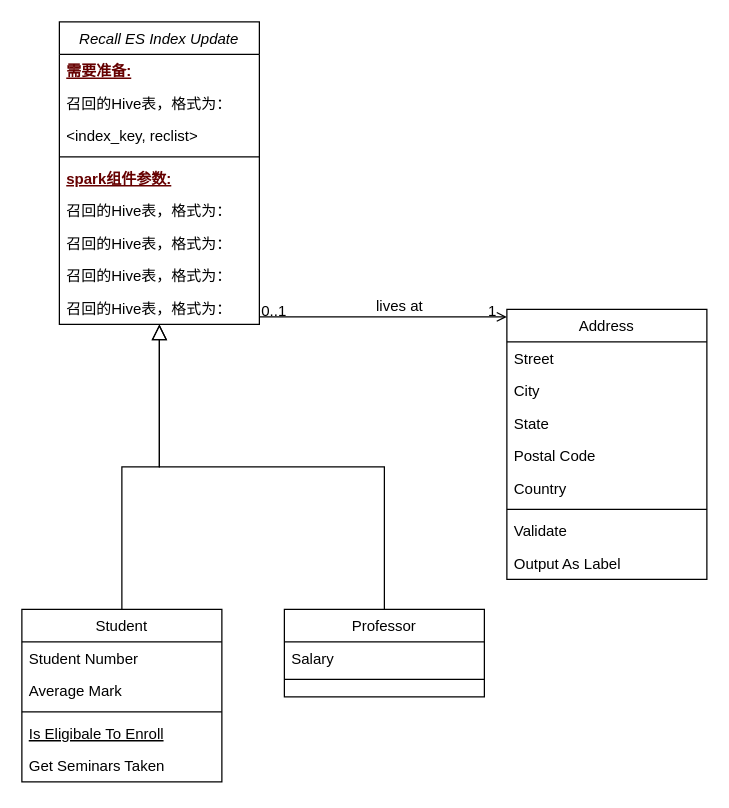
Before: ESIndex.drawio in ChenPengyao/drawio, a draw.io diagram. Source tidied: cells renumbered, new cells numbered last; positions are measured from the earlier drawing's top-left corner, leaving out a move shared by most shapes. Both pictures are drawn from the tidied source at 125%, with x=0, y=0 at pixel (21, 21).
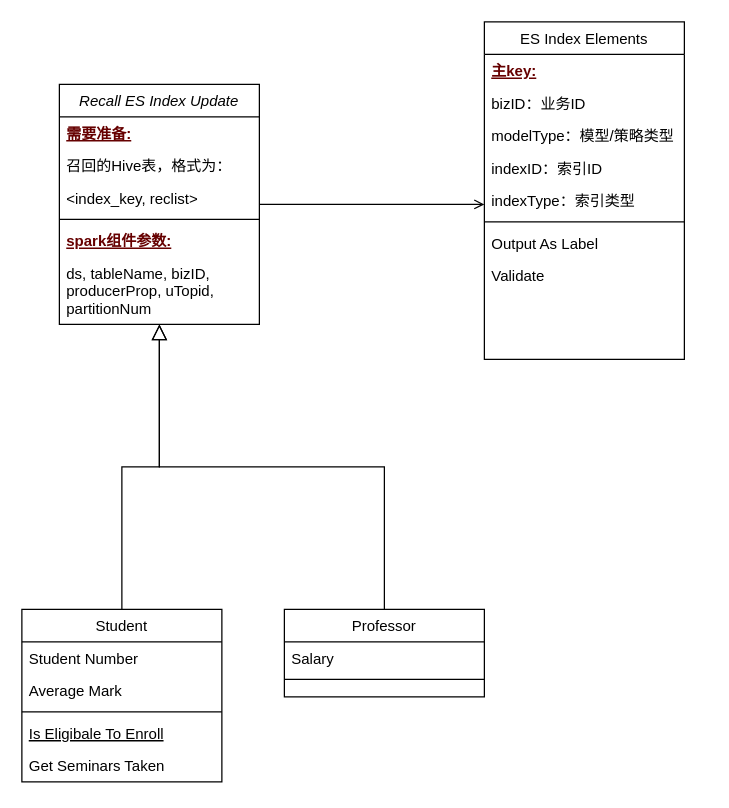
The same page after the edit.

Unchanged cells that the change refers to:
```xml
<mxCell id="32" style="endArrow=open;shadow=0;strokeWidth=1;rounded=0;endFill=1;edgeStyle=elbowEdgeStyle;elbow=vertical;" parent="1" edge="1" source="2" target="23">
  <mxGeometry x="0.5" y="41" relative="1" as="geometry">
    <mxPoint x="-40" y="32" as="offset" />
  </mxGeometry>
</mxCell>
```

What changed in the source:
```diff
@@
     <mxCell id="2" value="Recall ES Index Update" style="swimlane;fontStyle=2;align=center;verticalAlign=top;horizontal=1;startSize=26;rounded=0;shadow=0;strokeWidth=1;" parent="1" vertex="1">
-      <mxGeometry x="30" width="160" height="242" as="geometry" />
+      <mxGeometry x="30" y="50" width="160" height="192" as="geometry" />
     </mxCell>
@@
-    <mxCell id="8" value="召回的Hive表，格式为：" style="text;align=left;verticalAlign=top;spacingLeft=4;spacingRight=4;overflow=hidden;rounded=0;shadow=0;html=0;" parent="2" vertex="1">
-      <mxGeometry y="138" width="160" height="26" as="geometry" />
+    <mxCell id="8" value="ds, tableName, bizID, &#10;producerProp, uTopid, &#10;partitionNum" style="text;align=left;verticalAlign=top;spacingLeft=4;spacingRight=4;overflow=hidden;rounded=0;shadow=0;html=0;" parent="2" vertex="1">
+      <mxGeometry y="138" width="160" height="52" as="geometry" />
     </mxCell>
-    <mxCell id="9" value="召回的Hive表，格式为：" style="text;align=left;verticalAlign=top;spacingLeft=4;spacingRight=4;overflow=hidden;rounded=0;shadow=0;html=0;" parent="2" vertex="1">
-      <mxGeometry y="164" width="160" height="26" as="geometry" />
-    </mxCell>
-    <mxCell id="10" value="召回的Hive表，格式为：" style="text;align=left;verticalAlign=top;spacingLeft=4;spacingRight=4;overflow=hidden;rounded=0;shadow=0;html=0;" parent="2" vertex="1">
-      <mxGeometry y="190" width="160" height="26" as="geometry" />
-    </mxCell>
-    <mxCell id="11" value="召回的Hive表，格式为：" style="text;align=left;verticalAlign=top;spacingLeft=4;spacingRight=4;overflow=hidden;rounded=0;shadow=0;html=0;" parent="2" vertex="1">
-      <mxGeometry y="216" width="160" height="26" as="geometry" />
-    </mxCell>
@@
-    <mxCell id="23" value="Address" style="swimlane;fontStyle=0;align=center;verticalAlign=top;horizontal=1;startSize=26;rounded=0;shadow=0;strokeWidth=1;" parent="1" vertex="1">
-      <mxGeometry x="388" y="230" width="160" height="216" as="geometry" />
+    <mxCell id="23" value="ES Index Elements" style="swimlane;fontStyle=0;align=center;verticalAlign=top;horizontal=1;startSize=26;rounded=0;shadow=0;strokeWidth=1;" parent="1" vertex="1">
+      <mxGeometry x="370" width="160" height="270" as="geometry" />
     </mxCell>
+    <mxCell id="36" value="主key:" style="text;align=left;verticalAlign=top;spacingLeft=4;spacingRight=4;overflow=hidden;rounded=0;shadow=0;html=0;fontStyle=5;fontColor=#660000;" parent="23" vertex="1">
+      <mxGeometry y="26" width="160" height="26" as="geometry" />
+    </mxCell>
-    <mxCell id="24" value="Street" style="text;align=left;verticalAlign=top;spacingLeft=4;spacingRight=4;overflow=hidden;" parent="23" vertex="1">
-      <mxGeometry y="26" width="160" height="26" as="geometry" />
+    <mxCell id="24" value="bizID：业务ID" style="text;align=left;verticalAlign=top;spacingLeft=4;spacingRight=4;overflow=hidden;" parent="23" vertex="1">
+      <mxGeometry y="52" width="160" height="26" as="geometry" />
     </mxCell>
-    <mxCell id="25" value="City" style="text;align=left;verticalAlign=top;spacingLeft=4;spacingRight=4;overflow=hidden;rounded=0;shadow=0;html=0;" parent="23" vertex="1">
-      <mxGeometry y="52" width="160" height="26" as="geometry" />
+    <mxCell id="25" value="modelType：模型/策略类型" style="text;align=left;verticalAlign=top;spacingLeft=4;spacingRight=4;overflow=hidden;rounded=0;shadow=0;html=0;" parent="23" vertex="1">
+      <mxGeometry y="78" width="160" height="26" as="geometry" />
     </mxCell>
-    <mxCell id="26" value="State" style="text;align=left;verticalAlign=top;spacingLeft=4;spacingRight=4;overflow=hidden;rounded=0;shadow=0;html=0;" parent="23" vertex="1">
-      <mxGeometry y="78" width="160" height="26" as="geometry" />
+    <mxCell id="26" value="indexID：索引ID" style="text;align=left;verticalAlign=top;spacingLeft=4;spacingRight=4;overflow=hidden;rounded=0;shadow=0;html=0;" parent="23" vertex="1">
+      <mxGeometry y="104" width="160" height="26" as="geometry" />
     </mxCell>
-    <mxCell id="27" value="Postal Code" style="text;align=left;verticalAlign=top;spacingLeft=4;spacingRight=4;overflow=hidden;rounded=0;shadow=0;html=0;" parent="23" vertex="1">
-      <mxGeometry y="104" width="160" height="26" as="geometry" />
+    <mxCell id="27" value="indexType：索引类型" style="text;align=left;verticalAlign=top;spacingLeft=4;spacingRight=4;overflow=hidden;rounded=0;shadow=0;html=0;" parent="23" vertex="1">
+      <mxGeometry y="130" width="160" height="26" as="geometry" />
     </mxCell>
-    <mxCell id="28" value="Country" style="text;align=left;verticalAlign=top;spacingLeft=4;spacingRight=4;overflow=hidden;rounded=0;shadow=0;html=0;" parent="23" vertex="1">
-      <mxGeometry y="130" width="160" height="26" as="geometry" />
-    </mxCell>
@@
+    <mxCell id="31" value="Output As Label" style="text;align=left;verticalAlign=top;spacingLeft=4;spacingRight=4;overflow=hidden;" parent="23" vertex="1">
+      <mxGeometry y="164" width="160" height="26" as="geometry" />
+    </mxCell>
     <mxCell id="30" value="Validate" style="text;align=left;verticalAlign=top;spacingLeft=4;spacingRight=4;overflow=hidden;" parent="23" vertex="1">
-      <mxGeometry y="164" width="160" height="26" as="geometry" />
+      <mxGeometry y="190" width="160" height="24" as="geometry" />
     </mxCell>
-    <mxCell id="31" value="Output As Label" style="text;align=left;verticalAlign=top;spacingLeft=4;spacingRight=4;overflow=hidden;" parent="23" vertex="1">
-      <mxGeometry y="190" width="160" height="26" as="geometry" />
-    </mxCell>
@@
-    <mxCell id="33" value="0..1" style="align=left;verticalAlign=bottom;labelBackgroundColor=none;fontSize=12;" parent="32" vertex="1">
-      <mxGeometry x="-1" relative="1" as="geometry">
-        <mxPoint y="4" as="offset" />
-      </mxGeometry>
-    </mxCell>
-    <mxCell id="34" value="1" style="align=right;verticalAlign=bottom;labelBackgroundColor=none;fontSize=12;" parent="32" vertex="1">
-      <mxGeometry x="1" relative="1" as="geometry">
-        <mxPoint x="-7" y="4" as="offset" />
-      </mxGeometry>
-    </mxCell>
-    <mxCell id="35" value="lives at" style="text;html=1;align=center;verticalAlign=middle;labelBackgroundColor=none;rounded=0;shadow=0;strokeWidth=1;fontSize=12;" parent="32" vertex="1">
-      <mxGeometry x="0.5" y="49" relative="1" as="geometry">
-        <mxPoint x="-38" y="40" as="offset" />
-      </mxGeometry>
-    </mxCell>
```
